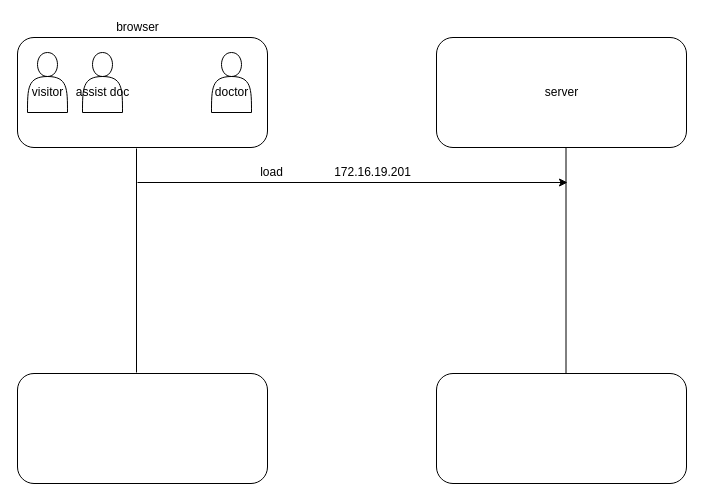
Before: Untitled Diagram.drawio in yevayj/diagram, a draw.io diagram. Source tidied: cells renumbered, new cells numbered last; positions are measured from the earlier drawing's top-left corner, leaving out a move shared by most shapes. Both pictures are drawn from the tidied source at 100%, with x=0, y=0 at pixel (17, 17).
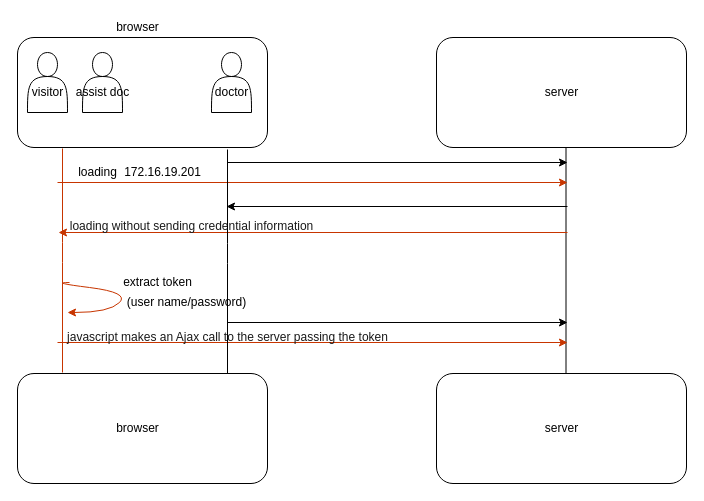
The same page after the edit.

Diff of the diagram source:
```diff
@@
-    <mxCell id="10" style="endArrow=none;html=1;" parent="1" edge="1">
+    <mxCell id="10" style="endArrow=none;html=1;fillColor=#fa6800;strokeColor=#C73500;" parent="1" edge="1">
       <mxGeometry relative="1" as="geometry">
-        <mxPoint x="119" y="355" as="sourcePoint" />
-        <mxPoint x="119" y="131" as="targetPoint" />
+        <mxPoint x="45" y="355" as="sourcePoint" />
+        <mxPoint x="45" y="131" as="targetPoint" />
+        <Array as="points">
+          <mxPoint x="45" y="235" />
+        </Array>
       </mxGeometry>
     </mxCell>
@@
-    <mxCell id="16" style="endArrow=classic;html=1;" parent="1" edge="1">
+    <mxCell id="16" style="endArrow=classic;html=1;fillColor=#fa6800;strokeColor=#C73500;" parent="1" edge="1">
       <mxGeometry relative="1" as="geometry">
-        <mxPoint x="120" y="165" as="sourcePoint" />
+        <mxPoint x="40" y="165" as="sourcePoint" />
         <mxPoint x="550" y="165" as="targetPoint" />
       </mxGeometry>
     </mxCell>
-    <mxCell id="17" value="load" style="text;html=1;align=center;verticalAlign=middle;fillColor=none;strokeColor=none;rounded=0;" parent="1" vertex="1">
-      <mxGeometry x="234" y="145" width="40" height="20" as="geometry" />
+    <mxCell id="17" value="loading" style="text;html=1;align=center;verticalAlign=middle;fillColor=none;strokeColor=none;rounded=0;" parent="1" vertex="1">
+      <mxGeometry x="55" y="145" width="50" height="20" as="geometry" />
     </mxCell>
     <mxCell id="18" value="172.16.19.201" style="text;html=1;align=center;verticalAlign=middle;fillColor=none;strokeColor=none;rounded=0;" parent="1" vertex="1">
-      <mxGeometry x="310" y="145" width="90" height="20" as="geometry" />
+      <mxGeometry x="100" y="145" width="90" height="20" as="geometry" />
     </mxCell>
+    <mxCell id="19" style="endArrow=classic;html=1;fillColor=#fa6800;strokeColor=#C73500;" parent="1" edge="1">
+      <mxGeometry relative="1" as="geometry">
+        <mxPoint x="550" y="215" as="sourcePoint" />
+        <mxPoint x="41" y="215" as="targetPoint" />
+      </mxGeometry>
+    </mxCell>
+    <mxCell id="20" style="endArrow=classic;html=1;strokeColor=#C73500;fillColor=#fa6800;" parent="1" edge="1">
+      <mxGeometry relative="1" as="geometry">
+        <mxPoint x="40" y="325" as="sourcePoint" />
+        <mxPoint x="550" y="325" as="targetPoint" />
+      </mxGeometry>
+    </mxCell>
+    <mxCell id="21" value="browser" style="text;html=1;align=center;verticalAlign=middle;fillColor=none;strokeColor=none;rounded=0;" parent="1" vertex="1">
+      <mxGeometry x="90" y="401" width="60" height="20" as="geometry" />
+    </mxCell>
+    <mxCell id="22" value="server" style="text;html=1;align=center;verticalAlign=middle;fillColor=none;strokeColor=none;rounded=0;" parent="1" vertex="1">
+      <mxGeometry x="519" y="401" width="50" height="20" as="geometry" />
+    </mxCell>
+    <mxCell id="23" value="extract token" style="text;html=1;align=center;verticalAlign=middle;fillColor=none;strokeColor=none;rounded=0;" parent="1" vertex="1">
+      <mxGeometry x="100" y="255" width="80" height="20" as="geometry" />
+    </mxCell>
+    <mxCell id="24" value="&lt;font&gt;loading without sending credential information&lt;/font&gt;" style="text;html=1;align=center;verticalAlign=middle;rounded=0;fontColor=#1A1A1A;" parent="1" vertex="1">
+      <mxGeometry x="44" y="199" width="260" height="20" as="geometry" />
+    </mxCell>
+    <mxCell id="25" style="endArrow=none;html=1;" parent="1" edge="1">
+      <mxGeometry relative="1" as="geometry">
+        <mxPoint x="210" y="356" as="sourcePoint" />
+        <mxPoint x="210" y="132" as="targetPoint" />
+        <Array as="points">
+          <mxPoint x="210" y="236" />
+        </Array>
+      </mxGeometry>
+    </mxCell>
+    <mxCell id="26" style="endArrow=classic;html=1;" parent="1" edge="1">
+      <mxGeometry relative="1" as="geometry">
+        <mxPoint x="550" y="189" as="sourcePoint" />
+        <mxPoint x="209" y="189" as="targetPoint" />
+      </mxGeometry>
+    </mxCell>
+    <mxCell id="27" style="endArrow=classic;html=1;" parent="1" edge="1">
+      <mxGeometry relative="1" as="geometry">
+        <mxPoint x="210" y="145" as="sourcePoint" />
+        <mxPoint x="550" y="145" as="targetPoint" />
+      </mxGeometry>
+    </mxCell>
+    <mxCell id="28" style="endArrow=classic;html=1;" parent="1" edge="1">
+      <mxGeometry relative="1" as="geometry">
+        <mxPoint x="210" y="305" as="sourcePoint" />
+        <mxPoint x="550" y="305" as="targetPoint" />
+      </mxGeometry>
+    </mxCell>
+    <mxCell id="29" style="curved=1;endArrow=classic;html=1;strokeColor=#C73500;fillColor=#fa6800;" parent="1" edge="1">
+      <mxGeometry relative="1" as="geometry">
+        <mxPoint x="52" y="265" as="sourcePoint" />
+        <mxPoint x="50" y="295" as="targetPoint" />
+        <Array as="points">
+          <mxPoint x="32" y="265" />
+          <mxPoint x="112" y="275" />
+          <mxPoint x="92" y="295" />
+        </Array>
+      </mxGeometry>
+    </mxCell>
+    <mxCell id="30" value="(user name/password)" style="text;html=1;align=center;verticalAlign=middle;fillColor=none;strokeColor=none;rounded=0;" parent="1" vertex="1">
+      <mxGeometry x="104" y="275" width="130" height="20" as="geometry" />
+    </mxCell>
+    <mxCell id="31" value="&lt;p style=&quot;margin-bottom: 0cm ; line-height: 1.15px ; background: transparent ; color: rgb(0 , 0 , 0) ; border: none ; padding: 0cm&quot;&gt;&lt;font&gt;&lt;span lang=&quot;en-US&quot;&gt;&lt;font color=&quot;#1a1a1a&quot;&gt;&lt;font style=&quot;font-size: 12px&quot;&gt;javascript makes an Ajax call to the server passing the token&lt;/font&gt;&lt;/font&gt;&lt;/span&gt;&lt;/font&gt;&lt;/p&gt;" style="text;html=1;align=center;verticalAlign=middle;fillColor=none;strokeColor=none;rounded=0;fontColor=#1A1A1A;" parent="1" vertex="1">
+      <mxGeometry x="40" y="305" width="340" height="20" as="geometry" />
+    </mxCell>
```
